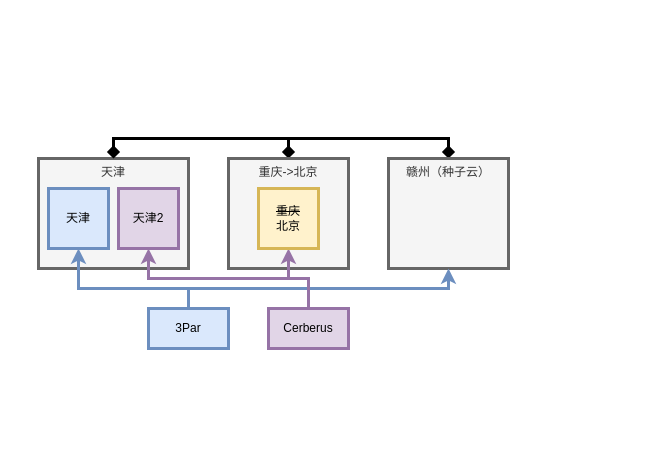
Earlier version of the draw.io diagram UniTestEnv.drawio (DaiChengyuan/MyDrawioDiagrams). Source tidied: cells renumbered, new cells numbered last; positions are measured from the earlier drawing's top-left corner, leaving out a move shared by most shapes. Both pictures are drawn from the tidied source at 100%, with x=0, y=0 at pixel (38, 138).
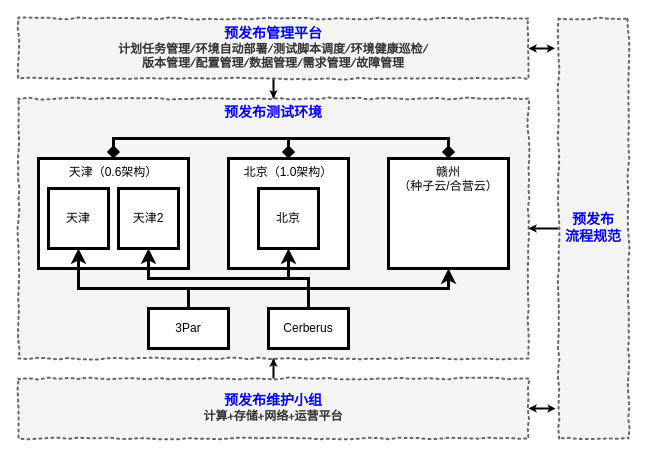
After the change.

Change to the diagram source:
```diff
@@
+    <mxCell id="16" value="&lt;font color=&quot;#0000ff&quot; style=&quot;font-size: 14px&quot;&gt;预发布测试环境&lt;/font&gt;" style="html=1;whiteSpace=wrap;comic=1;strokeWidth=2;fontFamily=Comic Sans MS;fontStyle=1;align=center;verticalAlign=top;dashed=1;dashPattern=1 2;fillColor=#f5f5f5;strokeColor=#666666;fontColor=#333333;" parent="1" vertex="1">
+      <mxGeometry x="-20" y="-40" width="510" height="260" as="geometry" />
+    </mxCell>
@@
-    <mxCell id="3" value="天津" style="rounded=0;whiteSpace=wrap;html=1;verticalAlign=top;strokeWidth=3;fillColor=#f5f5f5;strokeColor=#666666;fontColor=#333333;" parent="1" vertex="1">
+    <mxCell id="3" value="天津（0.6架构）" style="rounded=0;whiteSpace=wrap;html=1;verticalAlign=top;strokeWidth=3;" parent="1" vertex="1">
       <mxGeometry y="20" width="150" height="110" as="geometry" />
     </mxCell>
@@
-    <mxCell id="5" value="重庆-&amp;gt;北京" style="rounded=0;whiteSpace=wrap;html=1;verticalAlign=top;strokeWidth=3;fillColor=#f5f5f5;strokeColor=#666666;fontColor=#333333;" parent="1" vertex="1">
+    <mxCell id="5" value="北京（1.0架构）" style="rounded=0;whiteSpace=wrap;html=1;verticalAlign=top;strokeWidth=3;" parent="1" vertex="1">
       <mxGeometry x="190" y="20" width="120" height="110" as="geometry" />
     </mxCell>
-    <mxCell id="6" value="赣州（种子云）" style="rounded=0;whiteSpace=wrap;html=1;verticalAlign=top;fillColor=#f5f5f5;strokeColor=#666666;fontColor=#333333;strokeWidth=3;" parent="1" vertex="1">
+    <mxCell id="6" value="赣州&lt;br&gt;（种子云/合营云）" style="rounded=0;whiteSpace=wrap;html=1;verticalAlign=top;strokeWidth=3;" parent="1" vertex="1">
       <mxGeometry x="350" y="20" width="120" height="110" as="geometry" />
     </mxCell>
-    <mxCell id="7" style="edgeStyle=orthogonalEdgeStyle;rounded=0;jettySize=auto;html=1;entryX=0.5;entryY=1;entryDx=0;entryDy=0;fillColor=#dae8fc;strokeColor=#6c8ebf;strokeWidth=3;" parent="1" edge="1" source="9" target="13">
+    <mxCell id="7" style="edgeStyle=orthogonalEdgeStyle;rounded=0;jettySize=auto;html=1;entryX=0.5;entryY=1;entryDx=0;entryDy=0;strokeWidth=3;" parent="1" edge="1" source="9" target="13">
       <mxGeometry relative="1" as="geometry">
         <Array as="points">
           <mxPoint x="150" y="150" />
           <mxPoint x="40" y="150" />
         </Array>
       </mxGeometry>
     </mxCell>
-    <mxCell id="8" style="edgeStyle=orthogonalEdgeStyle;rounded=0;jettySize=auto;html=1;fillColor=#dae8fc;strokeColor=#6c8ebf;strokeWidth=3;" parent="1" edge="1" source="9" target="6">
+    <mxCell id="8" style="edgeStyle=orthogonalEdgeStyle;rounded=0;jettySize=auto;html=1;strokeWidth=3;" parent="1" edge="1" source="9" target="6">
       <mxGeometry relative="1" as="geometry">
         <Array as="points">
           <mxPoint x="150" y="150" />
           <mxPoint x="410" y="150" />
         </Array>
       </mxGeometry>
     </mxCell>
-    <mxCell id="9" value="3Par" style="rounded=0;whiteSpace=wrap;html=1;fillColor=#dae8fc;strokeColor=#6c8ebf;strokeWidth=3;" parent="1" vertex="1">
+    <mxCell id="9" value="3Par" style="rounded=0;whiteSpace=wrap;html=1;strokeWidth=3;" parent="1" vertex="1">
       <mxGeometry x="110" y="170" width="80" height="40" as="geometry" />
     </mxCell>
-    <mxCell id="10" style="edgeStyle=orthogonalEdgeStyle;rounded=0;jettySize=auto;html=1;strokeWidth=3;fillColor=#e1d5e7;strokeColor=#9673a6;" parent="1" edge="1" source="12" target="15">
+    <mxCell id="10" style="edgeStyle=orthogonalEdgeStyle;rounded=0;jettySize=auto;html=1;strokeWidth=3;" parent="1" edge="1" source="12" target="15">
       <mxGeometry relative="1" as="geometry" />
     </mxCell>
-    <mxCell id="11" style="edgeStyle=orthogonalEdgeStyle;rounded=0;jettySize=auto;html=1;entryX=0.5;entryY=1;entryDx=0;entryDy=0;strokeWidth=3;fillColor=#e1d5e7;strokeColor=#9673a6;" parent="1" edge="1" source="12" target="14">
+    <mxCell id="11" style="edgeStyle=orthogonalEdgeStyle;rounded=0;jettySize=auto;html=1;entryX=0.5;entryY=1;entryDx=0;entryDy=0;strokeWidth=3;" parent="1" edge="1" source="12" target="14">
       <mxGeometry relative="1" as="geometry">
         <Array as="points">
           <mxPoint x="270" y="140" />
           <mxPoint x="110" y="140" />
         </Array>
       </mxGeometry>
     </mxCell>
-    <mxCell id="12" value="Cerberus" style="rounded=0;whiteSpace=wrap;html=1;fillColor=#e1d5e7;strokeColor=#9673a6;strokeWidth=3;" parent="1" vertex="1">
+    <mxCell id="12" value="Cerberus" style="rounded=0;whiteSpace=wrap;html=1;strokeWidth=3;" parent="1" vertex="1">
       <mxGeometry x="230" y="170" width="80" height="40" as="geometry" />
     </mxCell>
-    <mxCell id="13" value="天津" style="whiteSpace=wrap;html=1;fillColor=#dae8fc;strokeColor=#6c8ebf;strokeWidth=3;" parent="1" vertex="1">
+    <mxCell id="13" value="天津" style="whiteSpace=wrap;html=1;strokeWidth=3;" parent="1" vertex="1">
       <mxGeometry x="10" y="50" width="60" height="60" as="geometry" />
     </mxCell>
-    <mxCell id="14" value="天津2" style="whiteSpace=wrap;html=1;fillColor=#e1d5e7;strokeColor=#9673a6;strokeWidth=3;" parent="1" vertex="1">
+    <mxCell id="14" value="天津2" style="whiteSpace=wrap;html=1;strokeWidth=3;" parent="1" vertex="1">
       <mxGeometry x="80" y="50" width="60" height="60" as="geometry" />
     </mxCell>
-    <mxCell id="15" value="&lt;strike&gt;重庆&lt;/strike&gt;&lt;br&gt;北京&lt;br&gt;" style="whiteSpace=wrap;html=1;fillColor=#fff2cc;strokeColor=#d6b656;strokeWidth=3;" parent="1" vertex="1">
+    <mxCell id="15" value="北京" style="whiteSpace=wrap;html=1;strokeWidth=3;" parent="1" vertex="1">
       <mxGeometry x="220" y="50" width="60" height="60" as="geometry" />
     </mxCell>
+    <mxCell id="17" style="edgeStyle=orthogonalEdgeStyle;rounded=0;jettySize=auto;html=1;entryX=0.5;entryY=0;entryDx=0;entryDy=0;strokeWidth=2;endSize=2;" parent="1" edge="1" source="19" target="16">
+      <mxGeometry relative="1" as="geometry" />
+    </mxCell>
+    <mxCell id="18" style="edgeStyle=orthogonalEdgeStyle;rounded=0;jettySize=auto;html=1;entryX=-0.05;entryY=0.071;entryDx=0;entryDy=0;entryPerimeter=0;startArrow=classic;startFill=1;strokeWidth=2;endSize=2;startSize=2;" parent="1" edge="1" source="19" target="24">
+      <mxGeometry relative="1" as="geometry" />
+    </mxCell>
+    <mxCell id="19" value="&lt;font color=&quot;#0000ff&quot; style=&quot;font-size: 14px&quot;&gt;预发布管理平台&lt;br&gt;&lt;/font&gt;&lt;font style=&quot;font-size: 12px&quot;&gt;计划任务管理/环境自动部署/测试脚本调度/环境健康巡检/&lt;br&gt;&lt;font style=&quot;font-size: 12px&quot;&gt;版本管理&lt;/font&gt;/配置管理/数据管理/&lt;/font&gt;&lt;font style=&quot;font-size: 12px&quot;&gt;&lt;font style=&quot;font-size: 12px&quot;&gt;需求管理/故障管理&lt;/font&gt;&lt;br&gt;&lt;/font&gt;" style="html=1;whiteSpace=wrap;comic=1;strokeWidth=2;fontFamily=Comic Sans MS;fontStyle=1;dashed=1;dashPattern=1 2;fillColor=#f5f5f5;strokeColor=#666666;fontColor=#333333;" parent="1" vertex="1">
+      <mxGeometry x="-20" y="-120" width="510" height="60" as="geometry" />
+    </mxCell>
+    <mxCell id="20" style="edgeStyle=orthogonalEdgeStyle;rounded=0;jettySize=auto;html=1;entryX=0.5;entryY=1;entryDx=0;entryDy=0;strokeWidth=2;endSize=2;" parent="1" edge="1" source="22" target="16">
+      <mxGeometry relative="1" as="geometry" />
+    </mxCell>
+    <mxCell id="21" style="edgeStyle=orthogonalEdgeStyle;rounded=0;jettySize=auto;html=1;entryX=-0.04;entryY=0.929;entryDx=0;entryDy=0;entryPerimeter=0;startArrow=classic;startFill=1;strokeWidth=2;endSize=2;startSize=2;" parent="1" edge="1" source="22" target="24">
+      <mxGeometry relative="1" as="geometry" />
+    </mxCell>
+    <mxCell id="22" value="&lt;font style=&quot;font-size: 14px&quot;&gt;&lt;font color=&quot;#0000ff&quot; style=&quot;font-size: 14px&quot;&gt;预发布维护小组&lt;/font&gt;&lt;br&gt;&lt;/font&gt;计算+存储+网络+运营平台" style="html=1;whiteSpace=wrap;comic=1;strokeWidth=2;fontFamily=Comic Sans MS;fontStyle=1;dashed=1;dashPattern=1 2;fillColor=#f5f5f5;strokeColor=#666666;fontColor=#333333;" parent="1" vertex="1">
+      <mxGeometry x="-20" y="240" width="510" height="60" as="geometry" />
+    </mxCell>
+    <mxCell id="23" style="edgeStyle=orthogonalEdgeStyle;rounded=0;jettySize=auto;html=1;strokeWidth=2;endSize=2;" parent="1" edge="1" source="24" target="16">
+      <mxGeometry relative="1" as="geometry" />
+    </mxCell>
+    <mxCell id="24" value="&lt;font color=&quot;#0000ff&quot; style=&quot;font-size: 14px&quot;&gt;预发布&lt;br&gt;流程规范&lt;/font&gt;" style="html=1;whiteSpace=wrap;comic=1;strokeWidth=2;fontFamily=Comic Sans MS;fontStyle=1;dashed=1;dashPattern=1 2;fillColor=#f5f5f5;strokeColor=#666666;fontColor=#333333;" parent="1" vertex="1">
+      <mxGeometry x="520" y="-120" width="70" height="420" as="geometry" />
+    </mxCell>
```
